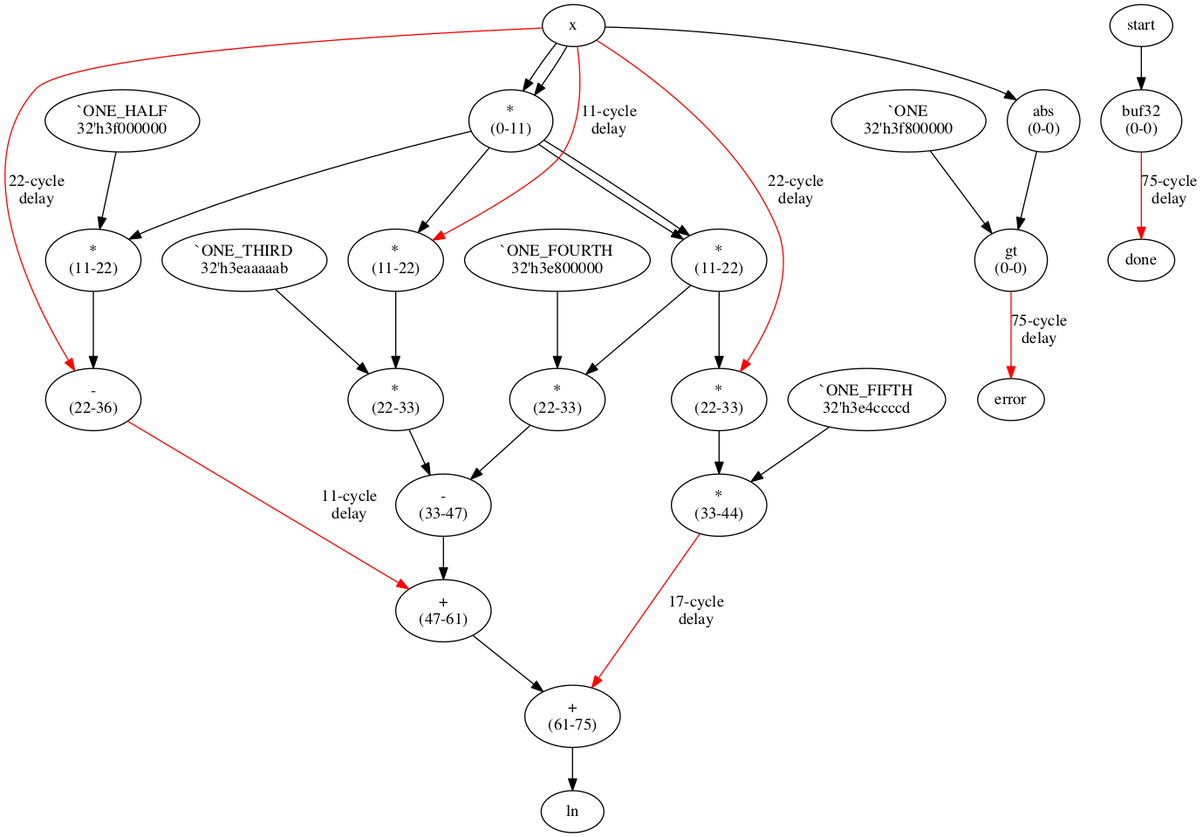
This is examples/ln_fast_core.png from jpouellet/pipeliner, a Graphviz export, as it was before one commit. Its source is kept beside it as examples/ln_fast_core.gv. The source it was exported from:
```dot
digraph {
	"ONE_HALF" [label="`ONE_HALF
32'h3f000000"]
	"ONE_THIRD" [label="`ONE_THIRD
32'h3eaaaaab"]
	"ONE_FOURTH" [label="`ONE_FOURTH
32'h3e800000"]
	"ONE_FIFTH" [label="`ONE_FIFTH
32'h3e4ccccd"]
	"ONE" [label="`ONE
32'h3f800000"]
	"ln output" [label="ln"]
	"done output" [label="done"]
	"error output" [label="error"]
	"done" [label="buf32
(0-0)"]
	"x_abs" [label="abs
(0-0)"]
	"error" [label="gt
(0-0)"]
	"e2" [label="*
(0-11)"]
	"t2" [label="*
(11-22)"]
	"e3" [label="*
(11-22)"]
	"e4" [label="*
(11-22)"]
	"s12" [label="-
(22-36)"]
	"e5" [label="*
(22-33)"]
	"t3" [label="*
(22-33)"]
	"t4" [label="*
(22-33)"]
	"s34" [label="-
(33-47)"]
	"t5" [label="*
(33-44)"]
	"s1234" [label="+
(47-61)"]
	"ln" [label="+
(61-75)"]
	"start" -> "done";
	"x" -> "x_abs";
	"x_abs" -> "error";
	"ONE" -> "error";
	"x" -> "e2";
	"x" -> "e2";
	"e2" -> "t2";
	"ONE_HALF" -> "t2";
	"e2" -> "e3";
	"x" -> "e3" [label="11-cycle\ndelay", color=red];
	"e2" -> "e4";
	"e2" -> "e4";
	"x" -> "s12" [label="22-cycle\ndelay", color=red];
	"t2" -> "s12";
	"e4" -> "e5";
	"x" -> "e5" [label="22-cycle\ndelay", color=red];
	"e3" -> "t3";
	"ONE_THIRD" -> "t3";
	"e4" -> "t4";
	"ONE_FOURTH" -> "t4";
	"t3" -> "s34";
	"t4" -> "s34";
	"e5" -> "t5";
	"ONE_FIFTH" -> "t5";
	"s12" -> "s1234" [label="11-cycle\ndelay", color=red];
	"s34" -> "s1234";
	"s1234" -> "ln";
	"t5" -> "ln" [label="17-cycle\ndelay", color=red];
	"ln" -> "ln output";
	"done" -> "done output" [label="75-cycle\ndelay", color=red];
	"error" -> "error output" [label="75-cycle\ndelay", color=red];
}
```
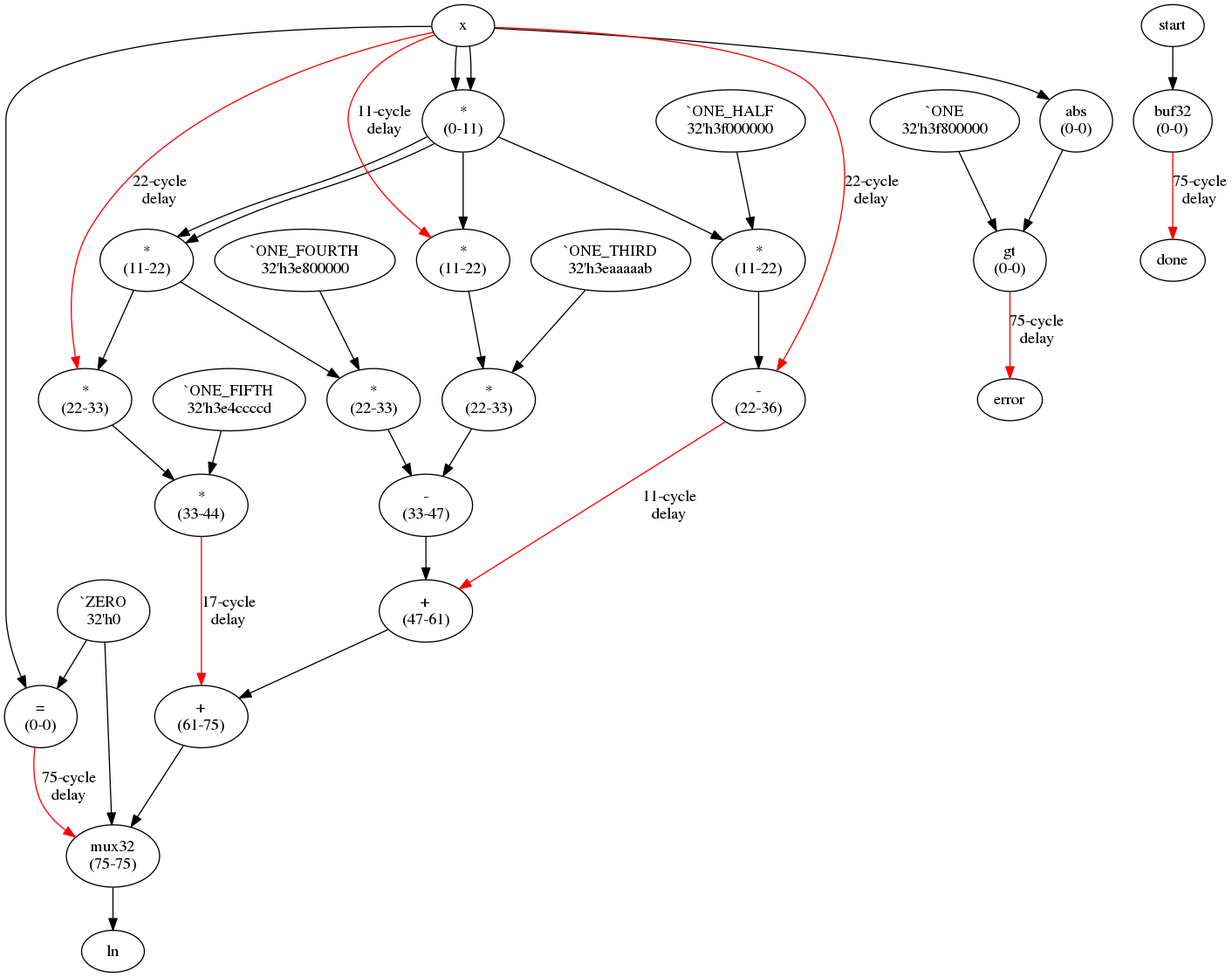
The same diagram one commit later.

Change to the diagram source:
```diff
@@ -1,14 +1,16 @@
 digraph {
+	"ONE_FOURTH" [label="`ONE_FOURTH
+32'h3e800000"]
+	"ONE" [label="`ONE
+32'h3f800000"]
+	"ZERO" [label="`ZERO
+32'h0"]
+	"ONE_FIFTH" [label="`ONE_FIFTH
+32'h3e4ccccd"]
 	"ONE_HALF" [label="`ONE_HALF
 32'h3f000000"]
 	"ONE_THIRD" [label="`ONE_THIRD
 32'h3eaaaaab"]
-	"ONE_FOURTH" [label="`ONE_FOURTH
-32'h3e800000"]
-	"ONE_FIFTH" [label="`ONE_FIFTH
-32'h3e4ccccd"]
-	"ONE" [label="`ONE
-32'h3f800000"]
 	"ln output" [label="ln"]
 	"done output" [label="done"]
 	"error output" [label="error"]
@@ -40,8 +42,12 @@
 (33-44)"]
 	"s1234" [label="+
 (47-61)"]
-	"ln" [label="+
+	"_ln" [label="+
 (61-75)"]
+	"exact0" [label="=
+(0-0)"]
+	"ln" [label="mux32
+(75-75)"]
 	"start" -> "done";
 	"x" -> "x_abs";
 	"x_abs" -> "error";
@@ -68,8 +74,13 @@
 	"ONE_FIFTH" -> "t5";
 	"s12" -> "s1234" [label="11-cycle\ndelay", color=red];
 	"s34" -> "s1234";
-	"s1234" -> "ln";
-	"t5" -> "ln" [label="17-cycle\ndelay", color=red];
+	"s1234" -> "_ln";
+	"t5" -> "_ln" [label="17-cycle\ndelay", color=red];
+	"x" -> "exact0";
+	"ZERO" -> "exact0";
+	"exact0" -> "ln" [label="75-cycle\ndelay", color=red];
+	"ZERO" -> "ln";
+	"_ln" -> "ln";
 	"ln" -> "ln output";
 	"done" -> "done output" [label="75-cycle\ndelay", color=red];
 	"error" -> "error output" [label="75-cycle\ndelay", color=red];
```
